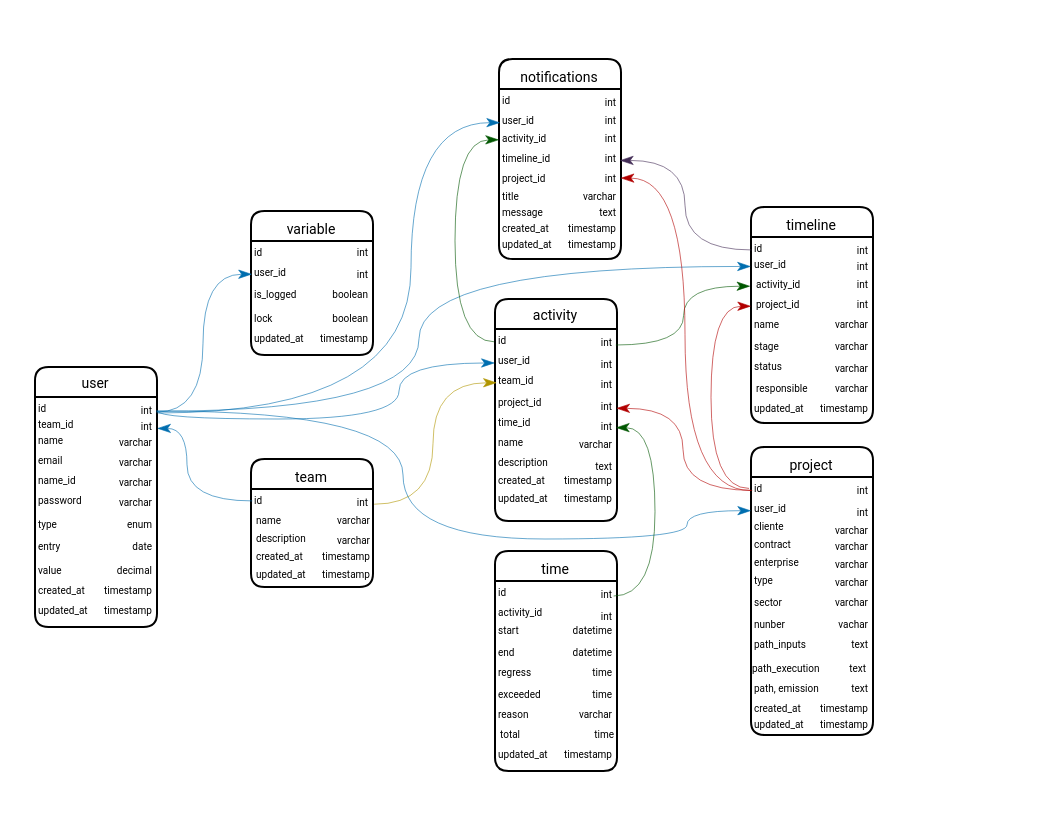
Earlier version of the draw.io diagram Banco Kairos.drawio (Avflux/drawio). Source tidied: cells renumbered, new cells numbered last; positions are measured from the earlier drawing's top-left corner, leaving out a move shared by most shapes. Both pictures are drawn from the tidied source at 200%, with x=0, y=0 at pixel (34, 58).
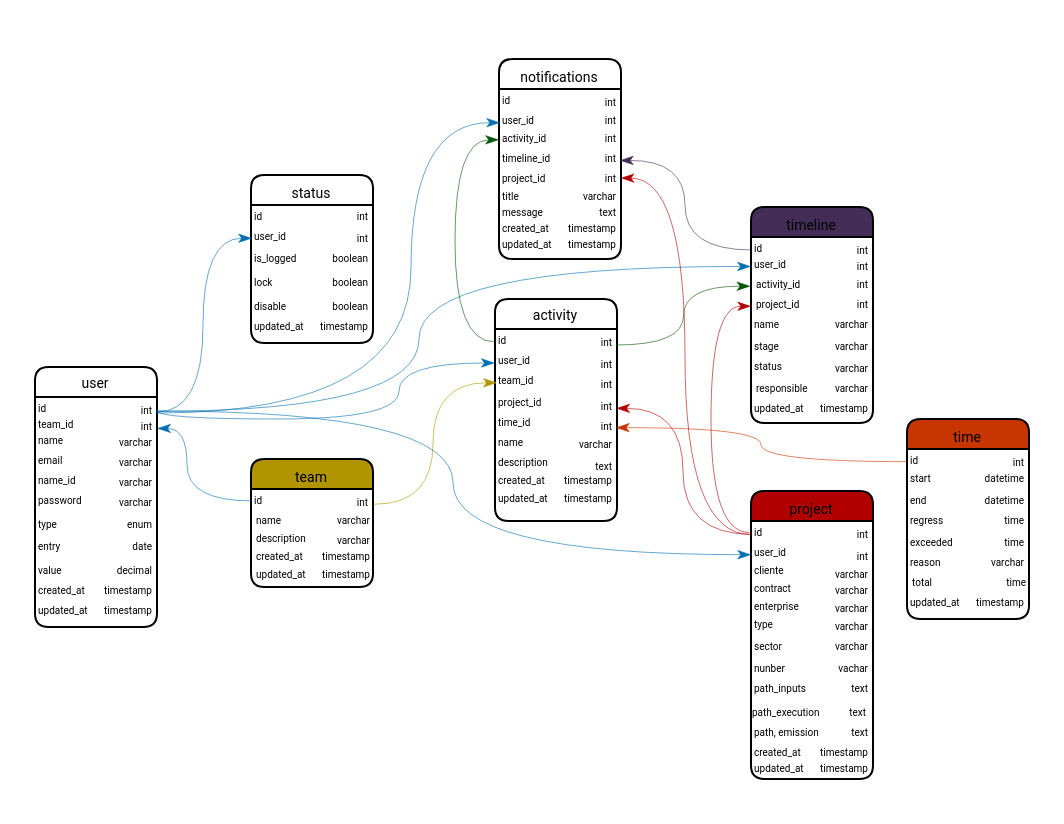
The same diagram, later.

Unchanged cells that the change refers to:
```xml
<mxCell id="4" value="&lt;font face=&quot;Roboto&quot;&gt;&lt;span style=&quot;font-size: 5px;&quot;&gt;int&lt;/span&gt;&lt;/font&gt;" style="text;html=1;align=right;verticalAlign=middle;points=[];strokeColor=none;fillColor=none;fontFamily=Architects Daughter;" parent="2" vertex="1">
  <mxGeometry x="40" y="5" width="20" height="30" as="geometry" />
</mxCell>
<mxCell id="31" value="&lt;font face=&quot;Roboto&quot;&gt;&lt;span style=&quot;font-size: 5px;&quot;&gt;int&lt;/span&gt;&lt;/font&gt;" style="text;html=1;align=right;verticalAlign=middle;points=[];strokeColor=none;fillColor=none;fontFamily=Architects Daughter;" parent="25" vertex="1">
  <mxGeometry x="40" y="5" width="20" height="30" as="geometry" />
</mxCell>
<mxCell id="40" value="&lt;font face=&quot;Roboto&quot; style=&quot;font-size: 5px;&quot;&gt;team_id&lt;/font&gt;" style="text;html=1;align=left;verticalAlign=middle;points=[];strokeColor=none;fillColor=none;fontFamily=Architects Daughter;" parent="36" vertex="1">
  <mxGeometry y="27" width="36" height="26" as="geometry" />
</mxCell>
<mxCell id="46" value="&lt;font face=&quot;Roboto&quot;&gt;&lt;span style=&quot;font-size: 5px;&quot;&gt;int&lt;/span&gt;&lt;/font&gt;" style="text;html=1;align=right;verticalAlign=middle;points=[];strokeColor=none;fillColor=none;fontFamily=Architects Daughter;" parent="36" vertex="1">
  <mxGeometry x="36" y="48" width="24" height="27" as="geometry" />
</mxCell>
<mxCell id="60" value="&lt;font face=&quot;Roboto&quot; style=&quot;font-size: 5px;&quot;&gt;user_id&lt;/font&gt;" style="text;html=1;align=left;verticalAlign=middle;points=[];strokeColor=none;fillColor=none;fontFamily=Architects Daughter;" parent="58" vertex="1">
  <mxGeometry y="17" width="34" height="26" as="geometry" />
</mxCell>
<mxCell id="88" value="&lt;font face=&quot;Roboto&quot; style=&quot;font-size: 5px;&quot;&gt;id&lt;/font&gt;" style="text;html=1;align=left;verticalAlign=middle;points=[];strokeColor=none;fillColor=none;fontFamily=Architects Daughter;" parent="87" vertex="1">
  <mxGeometry y="5" width="20" height="30" as="geometry" />
</mxCell>
<mxCell id="91" value="&lt;font face=&quot;Roboto&quot;&gt;&lt;span style=&quot;font-size: 5px;&quot;&gt;int&lt;/span&gt;&lt;/font&gt;" style="text;html=1;align=right;verticalAlign=middle;points=[];strokeColor=none;fillColor=none;fontFamily=Architects Daughter;" parent="87" vertex="1">
  <mxGeometry x="40" y="5" width="20" height="30" as="geometry" />
</mxCell>
```

Change to the diagram source:
```diff
@@
-    <mxCell id="2" value="&lt;p&gt;&lt;font style=&quot;font-size: 7px;&quot; face=&quot;Roboto&quot;&gt;&lt;span style=&quot;font-weight: 400;&quot;&gt;user&lt;/span&gt;&lt;/font&gt;&lt;/p&gt;" style="swimlane;whiteSpace=wrap;html=1;hachureGap=4;fontFamily=Architects Daughter;fillColor=default;strokeColor=default;startSize=15;strokeWidth=1;swimlaneLine=1;glass=0;rounded=1;shadow=0;align=center;" parent="1" vertex="1">
+    <mxCell id="2" value="&lt;p&gt;&lt;font style=&quot;font-size: 7px;&quot; face=&quot;Roboto&quot;&gt;&lt;span style=&quot;font-weight: 400;&quot;&gt;user&lt;/span&gt;&lt;/font&gt;&lt;/p&gt;" style="swimlane;whiteSpace=wrap;html=1;hachureGap=4;fontFamily=Architects Daughter;fillColor=light-dark(#FFFFFF,#1BA1E2);strokeColor=default;startSize=15;strokeWidth=1;swimlaneLine=1;glass=0;rounded=1;shadow=0;align=center;" parent="1" vertex="1">
       <mxGeometry y="154" width="61" height="130" as="geometry" />
     </mxCell>
@@
-    <mxCell id="25" value="&lt;p&gt;&lt;font face=&quot;Roboto&quot;&gt;&lt;span style=&quot;font-size: 7px; font-weight: 400;&quot;&gt;team&lt;/span&gt;&lt;/font&gt;&lt;/p&gt;" style="swimlane;whiteSpace=wrap;html=1;hachureGap=4;fontFamily=Architects Daughter;fillColor=default;strokeColor=default;startSize=15;strokeWidth=1;swimlaneLine=1;glass=0;rounded=1;shadow=0;align=center;" parent="1" vertex="1">
+    <mxCell id="25" value="&lt;p&gt;&lt;font face=&quot;Roboto&quot;&gt;&lt;span style=&quot;font-size: 7px; font-weight: 400;&quot;&gt;team&lt;/span&gt;&lt;/font&gt;&lt;/p&gt;" style="swimlane;whiteSpace=wrap;html=1;hachureGap=4;fontFamily=Architects Daughter;fillColor=light-dark(#B09500,#FFD700);strokeColor=default;startSize=15;strokeWidth=1;swimlaneLine=1;glass=0;rounded=1;shadow=0;align=center;" parent="1" vertex="1">
       <mxGeometry x="108" y="200" width="61" height="64" as="geometry" />
     </mxCell>
@@
-    <mxCell id="36" value="&lt;p&gt;&lt;font style=&quot;font-size: 7px;&quot; face=&quot;Roboto&quot;&gt;&lt;span style=&quot;font-weight: 400;&quot;&gt;activity&lt;/span&gt;&lt;/font&gt;&lt;/p&gt;" style="swimlane;whiteSpace=wrap;html=1;hachureGap=4;fontFamily=Architects Daughter;fillColor=default;strokeColor=default;startSize=15;strokeWidth=1;swimlaneLine=1;glass=0;rounded=1;shadow=0;align=center;" parent="1" vertex="1">
+    <mxCell id="36" value="&lt;p&gt;&lt;font style=&quot;font-size: 7px;&quot; face=&quot;Roboto&quot;&gt;&lt;span style=&quot;font-weight: 400;&quot;&gt;activity&lt;/span&gt;&lt;/font&gt;&lt;/p&gt;" style="swimlane;whiteSpace=wrap;html=1;hachureGap=4;fontFamily=Architects Daughter;fillColor=light-dark(#FFFFFF,#97D077);strokeColor=default;startSize=15;strokeWidth=1;swimlaneLine=1;glass=0;rounded=1;shadow=0;align=center;" parent="1" vertex="1">
       <mxGeometry x="230" y="120" width="61" height="111" as="geometry" />
     </mxCell>
@@
-    <mxCell id="55" style="edgeStyle=orthogonalEdgeStyle;rounded=0;hachureGap=4;jettySize=auto;html=1;fontFamily=Architects Daughter;curved=1;endArrow=classicThin;endFill=1;strokeWidth=0.3;entryX=-0.004;entryY=0.192;entryDx=0;entryDy=0;entryPerimeter=0;exitX=1.05;exitY=0.56;exitDx=0;exitDy=0;exitPerimeter=0;fillColor=#1ba1e2;strokeColor=#006EAF;" parent="1" edge="1" source="4" target="40">
+    <mxCell id="55" style="edgeStyle=orthogonalEdgeStyle;rounded=0;hachureGap=4;jettySize=auto;html=1;fontFamily=Architects Daughter;curved=1;endArrow=classicThin;endFill=1;strokeWidth=0.3;entryX=-0.004;entryY=0.192;entryDx=0;entryDy=0;entryPerimeter=0;exitX=1.05;exitY=0.56;exitDx=0;exitDy=0;exitPerimeter=0;fillColor=#1BA1E2;strokeColor=light-dark(#006EAF,#1009FB);" parent="1" edge="1" source="4" target="40">
       <mxGeometry relative="1" as="geometry">
         <Array as="points">
           <mxPoint x="182" y="180" />
           <mxPoint x="182" y="152" />
         </Array>
       </mxGeometry>
     </mxCell>
-    <mxCell id="56" style="edgeStyle=orthogonalEdgeStyle;rounded=0;hachureGap=4;jettySize=auto;html=1;fontFamily=Architects Daughter;curved=1;endArrow=classicThin;endFill=1;strokeWidth=0.3;entryX=0.024;entryY=0.572;entryDx=0;entryDy=0;entryPerimeter=0;exitX=1.08;exitY=0.587;exitDx=0;exitDy=0;exitPerimeter=0;fillColor=#e3c800;strokeColor=#B09500;" parent="1" edge="1" source="31" target="40">
+    <mxCell id="56" style="edgeStyle=orthogonalEdgeStyle;rounded=0;hachureGap=4;jettySize=auto;html=1;fontFamily=Architects Daughter;curved=1;endArrow=classicThin;endFill=1;strokeWidth=0.3;entryX=0.024;entryY=0.572;entryDx=0;entryDy=0;entryPerimeter=0;exitX=1.08;exitY=0.587;exitDx=0;exitDy=0;exitPerimeter=0;fillColor=#e3c800;strokeColor=light-dark(#B09500,#FFD700);" parent="1" edge="1" source="31" target="40">
       <mxGeometry relative="1" as="geometry" />
     </mxCell>
@@
-    <mxCell id="58" value="&lt;p&gt;&lt;font face=&quot;Roboto&quot;&gt;&lt;span style=&quot;font-size: 7px; font-weight: 400;&quot;&gt;project&lt;/span&gt;&lt;/font&gt;&lt;/p&gt;" style="swimlane;whiteSpace=wrap;html=1;hachureGap=4;fontFamily=Architects Daughter;fillColor=default;strokeColor=default;startSize=15;strokeWidth=1;swimlaneLine=1;glass=0;rounded=1;shadow=0;align=center;" parent="1" vertex="1">
-      <mxGeometry x="358" y="194" width="61" height="144" as="geometry" />
+    <mxCell id="58" value="&lt;p&gt;&lt;font face=&quot;Roboto&quot;&gt;&lt;span style=&quot;font-size: 7px; font-weight: 400;&quot;&gt;project&lt;/span&gt;&lt;/font&gt;&lt;/p&gt;" style="swimlane;whiteSpace=wrap;html=1;hachureGap=4;fontFamily=Architects Daughter;fillColor=light-dark(#B20000,#FF1C03);strokeColor=default;startSize=15;strokeWidth=1;swimlaneLine=1;glass=0;rounded=1;shadow=0;align=center;" parent="1" vertex="1">
+      <mxGeometry x="358" y="216" width="61" height="144" as="geometry" />
     </mxCell>
@@
     <mxCell id="85" style="edgeStyle=orthogonalEdgeStyle;rounded=0;hachureGap=4;jettySize=auto;html=1;fontFamily=Architects Daughter;curved=1;endArrow=classicThin;endFill=1;strokeWidth=0.3;entryX=0;entryY=0.571;entryDx=0;entryDy=0;entryPerimeter=0;exitX=1.036;exitY=0.566;exitDx=0;exitDy=0;exitPerimeter=0;fillColor=#1ba1e2;strokeColor=#006EAF;" parent="1" edge="1" source="4" target="60">
-      <mxGeometry relative="1" as="geometry">
-        <Array as="points">
-          <mxPoint x="184" y="176" />
-          <mxPoint x="184" y="240" />
-          <mxPoint x="326" y="240" />
-          <mxPoint x="326" y="226" />
-        </Array>
-      </mxGeometry>
+      <mxGeometry relative="1" as="geometry" />
     </mxCell>
@@
-    <mxCell id="87" value="&lt;p&gt;&lt;font face=&quot;Roboto&quot;&gt;&lt;span style=&quot;font-size: 7px; font-weight: 400;&quot;&gt;time&lt;/span&gt;&lt;/font&gt;&lt;/p&gt;" style="swimlane;whiteSpace=wrap;html=1;hachureGap=4;fontFamily=Architects Daughter;fillColor=default;strokeColor=default;startSize=15;strokeWidth=1;swimlaneLine=1;glass=0;rounded=1;shadow=0;align=center;" parent="1" vertex="1">
-      <mxGeometry x="230" y="246" width="61" height="110" as="geometry" />
+    <mxCell id="87" value="&lt;p&gt;&lt;font face=&quot;Roboto&quot;&gt;&lt;span style=&quot;font-size: 7px; font-weight: 400;&quot;&gt;time&lt;/span&gt;&lt;/font&gt;&lt;/p&gt;" style="swimlane;whiteSpace=wrap;html=1;hachureGap=4;fontFamily=Architects Daughter;fillColor=light-dark(#C73500,#FF833B);strokeColor=default;startSize=15;strokeWidth=1;swimlaneLine=1;glass=0;rounded=1;shadow=0;align=center;" parent="1" vertex="1">
+      <mxGeometry x="436" y="180" width="61" height="100" as="geometry" />
     </mxCell>
@@
-    <mxCell id="89" value="&lt;font face=&quot;Roboto&quot; style=&quot;font-size: 5px;&quot;&gt;activity_id&lt;/font&gt;" style="text;html=1;align=left;verticalAlign=middle;strokeColor=none;fillColor=none;fontFamily=Architects Daughter;" parent="87" vertex="1">
-      <mxGeometry y="16" width="42" height="28" as="geometry" />
-    </mxCell>
-    <mxCell id="90" value="&lt;font face=&quot;Roboto&quot;&gt;&lt;span style=&quot;font-size: 5px;&quot;&gt;int&lt;/span&gt;&lt;/font&gt;" style="text;html=1;align=right;verticalAlign=middle;strokeColor=none;fillColor=none;fontFamily=Architects Daughter;" parent="87" vertex="1">
-      <mxGeometry x="36" y="17" width="24" height="27" as="geometry" />
-    </mxCell>
@@
     <mxCell id="92" value="&lt;font face=&quot;Roboto&quot;&gt;&lt;span style=&quot;font-size: 5px;&quot;&gt;updated_at&lt;/span&gt;&lt;/font&gt;" style="text;html=1;align=left;verticalAlign=middle;strokeColor=none;fillColor=none;fontFamily=Architects Daughter;" parent="87" vertex="1">
-      <mxGeometry y="86" width="43" height="27" as="geometry" />
+      <mxGeometry y="76" width="43" height="27" as="geometry" />
     </mxCell>
     <mxCell id="93" value="&lt;font face=&quot;Roboto&quot;&gt;&lt;span style=&quot;font-size: 5px;&quot;&gt;timestamp&lt;/span&gt;&lt;/font&gt;" style="text;html=1;align=right;verticalAlign=middle;strokeColor=none;fillColor=none;fontFamily=Architects Daughter;" parent="87" vertex="1">
-      <mxGeometry x="18" y="86" width="42" height="27" as="geometry" />
+      <mxGeometry x="18" y="76" width="42" height="27" as="geometry" />
     </mxCell>
     <mxCell id="94" value="&lt;font face=&quot;Roboto&quot;&gt;&lt;span style=&quot;font-size: 5px;&quot;&gt;start&lt;/span&gt;&lt;/font&gt;" style="text;html=1;align=left;verticalAlign=middle;strokeColor=none;fillColor=none;fontFamily=Architects Daughter;" parent="87" vertex="1">
-      <mxGeometry y="24" width="28" height="27" as="geometry" />
+      <mxGeometry y="14" width="28" height="27" as="geometry" />
     </mxCell>
     <mxCell id="95" value="&lt;font face=&quot;Roboto&quot;&gt;&lt;span style=&quot;font-size: 5px;&quot;&gt;datetime&lt;/span&gt;&lt;/font&gt;" style="text;html=1;align=right;verticalAlign=middle;strokeColor=none;fillColor=none;fontFamily=Architects Daughter;" parent="87" vertex="1">
-      <mxGeometry x="22" y="24" width="38" height="27" as="geometry" />
+      <mxGeometry x="22" y="14" width="38" height="27" as="geometry" />
     </mxCell>
     <mxCell id="96" value="&lt;font face=&quot;Roboto&quot;&gt;&lt;span style=&quot;font-size: 5px;&quot;&gt;end&lt;/span&gt;&lt;/font&gt;" style="text;html=1;align=left;verticalAlign=middle;strokeColor=none;fillColor=none;fontFamily=Architects Daughter;" parent="87" vertex="1">
-      <mxGeometry y="35" width="26" height="27" as="geometry" />
+      <mxGeometry y="25" width="26" height="27" as="geometry" />
     </mxCell>
     <mxCell id="97" value="&lt;font face=&quot;Roboto&quot;&gt;&lt;span style=&quot;font-size: 5px;&quot;&gt;datetime&lt;/span&gt;&lt;/font&gt;" style="text;html=1;align=right;verticalAlign=middle;strokeColor=none;fillColor=none;fontFamily=Architects Daughter;" parent="87" vertex="1">
-      <mxGeometry x="22" y="35" width="38" height="27" as="geometry" />
+      <mxGeometry x="22" y="25" width="38" height="27" as="geometry" />
     </mxCell>
     <mxCell id="98" value="&lt;font face=&quot;Roboto&quot;&gt;&lt;span style=&quot;font-size: 5px;&quot;&gt;regress&lt;/span&gt;&lt;/font&gt;" style="text;html=1;align=left;verticalAlign=middle;strokeColor=none;fillColor=none;fontFamily=Architects Daughter;" parent="87" vertex="1">
-      <mxGeometry y="45" width="35" height="27" as="geometry" />
+      <mxGeometry y="35" width="35" height="27" as="geometry" />
     </mxCell>
     <mxCell id="99" value="&lt;font face=&quot;Roboto&quot;&gt;&lt;span style=&quot;font-size: 5px;&quot;&gt;time&lt;/span&gt;&lt;/font&gt;" style="text;html=1;align=right;verticalAlign=middle;strokeColor=none;fillColor=none;fontFamily=Architects Daughter;" parent="87" vertex="1">
-      <mxGeometry x="32" y="45" width="28" height="27" as="geometry" />
+      <mxGeometry x="32" y="35" width="28" height="27" as="geometry" />
     </mxCell>
     <mxCell id="100" value="&lt;font face=&quot;Roboto&quot;&gt;&lt;span style=&quot;font-size: 5px;&quot;&gt;exceeded&lt;/span&gt;&lt;/font&gt;" style="text;html=1;align=left;verticalAlign=middle;strokeColor=none;fillColor=none;fontFamily=Architects Daughter;" parent="87" vertex="1">
-      <mxGeometry y="56" width="39" height="27" as="geometry" />
+      <mxGeometry y="46" width="39" height="27" as="geometry" />
     </mxCell>
     <mxCell id="101" value="&lt;font face=&quot;Roboto&quot;&gt;&lt;span style=&quot;font-size: 5px;&quot;&gt;time&lt;/span&gt;&lt;/font&gt;" style="text;html=1;align=right;verticalAlign=middle;strokeColor=none;fillColor=none;fontFamily=Architects Daughter;" parent="87" vertex="1">
-      <mxGeometry x="32" y="56" width="28" height="27" as="geometry" />
+      <mxGeometry x="32" y="46" width="28" height="27" as="geometry" />
     </mxCell>
     <mxCell id="102" value="&lt;font face=&quot;Roboto&quot;&gt;&lt;span style=&quot;font-size: 5px;&quot;&gt;reason&lt;/span&gt;&lt;/font&gt;" style="text;html=1;align=left;verticalAlign=middle;strokeColor=none;fillColor=none;fontFamily=Architects Daughter;" parent="87" vertex="1">
-      <mxGeometry y="66" width="33" height="27" as="geometry" />
+      <mxGeometry y="56" width="33" height="27" as="geometry" />
     </mxCell>
     <mxCell id="103" value="&lt;font face=&quot;Roboto&quot;&gt;&lt;span style=&quot;font-size: 5px;&quot;&gt;varchar&lt;/span&gt;&lt;/font&gt;" style="text;html=1;align=right;verticalAlign=middle;strokeColor=none;fillColor=none;fontFamily=Architects Daughter;" parent="87" vertex="1">
-      <mxGeometry x="25" y="66" width="35" height="27" as="geometry" />
+      <mxGeometry x="25" y="56" width="35" height="27" as="geometry" />
     </mxCell>
     <mxCell id="104" value="&lt;font face=&quot;Roboto&quot;&gt;&lt;span style=&quot;font-size: 5px;&quot;&gt;total&lt;/span&gt;&lt;/font&gt;" style="text;html=1;align=left;verticalAlign=middle;strokeColor=none;fillColor=none;fontFamily=Architects Daughter;" parent="87" vertex="1">
-      <mxGeometry x="1" y="76" width="28" height="27" as="geometry" />
+      <mxGeometry x="1" y="66" width="28" height="27" as="geometry" />
     </mxCell>
     <mxCell id="105" value="&lt;font face=&quot;Roboto&quot;&gt;&lt;span style=&quot;font-size: 5px;&quot;&gt;time&lt;/span&gt;&lt;/font&gt;" style="text;html=1;align=right;verticalAlign=middle;strokeColor=none;fillColor=none;fontFamily=Architects Daughter;" parent="87" vertex="1">
-      <mxGeometry x="33" y="76" width="28" height="27" as="geometry" />
+      <mxGeometry x="33" y="66" width="28" height="27" as="geometry" />
     </mxCell>
-    <mxCell id="106" style="edgeStyle=orthogonalEdgeStyle;rounded=0;hachureGap=4;jettySize=auto;html=1;fontFamily=Architects Daughter;curved=1;endArrow=classicThin;endFill=1;strokeWidth=0.3;entryX=1.02;entryY=0.605;entryDx=0;entryDy=0;entryPerimeter=0;fillColor=#008a00;strokeColor=#005700;exitX=0.965;exitY=0.584;exitDx=0;exitDy=0;exitPerimeter=0;" parent="1" edge="1" source="91" target="46">
+    <mxCell id="106" style="edgeStyle=orthogonalEdgeStyle;rounded=0;hachureGap=4;jettySize=auto;html=1;fontFamily=Architects Daughter;curved=1;endArrow=classicThin;endFill=1;strokeWidth=0.3;entryX=1.02;entryY=0.605;entryDx=0;entryDy=0;entryPerimeter=0;fillColor=#fa6800;strokeColor=light-dark(#C73500,#FF833B);exitX=-0.026;exitY=0.544;exitDx=0;exitDy=0;exitPerimeter=0;" parent="1" edge="1" source="88" target="46">
       <mxGeometry relative="1" as="geometry" />
     </mxCell>
-    <mxCell id="107" value="&lt;p&gt;&lt;font face=&quot;Roboto&quot;&gt;&lt;span style=&quot;font-size: 7px; font-weight: 400;&quot;&gt;timeline&lt;/span&gt;&lt;/font&gt;&lt;/p&gt;" style="swimlane;whiteSpace=wrap;html=1;hachureGap=4;fontFamily=Architects Daughter;fillColor=default;strokeColor=default;startSize=15;strokeWidth=1;swimlaneLine=1;glass=0;rounded=1;shadow=0;align=center;" parent="1" vertex="1">
+    <mxCell id="107" value="&lt;p&gt;&lt;font face=&quot;Roboto&quot;&gt;&lt;span style=&quot;font-size: 7px; font-weight: 400;&quot;&gt;timeline&lt;/span&gt;&lt;/font&gt;&lt;/p&gt;" style="swimlane;whiteSpace=wrap;html=1;hachureGap=4;fontFamily=Architects Daughter;fillColor=light-dark(#432D57,#EA2AFF);strokeColor=default;startSize=15;strokeWidth=1;swimlaneLine=1;glass=0;rounded=1;shadow=0;align=center;" parent="1" vertex="1">
       <mxGeometry x="358" y="74" width="61" height="108" as="geometry" />
     </mxCell>
@@
-    <mxCell id="129" value="&lt;p&gt;&lt;font face=&quot;Roboto&quot;&gt;&lt;span style=&quot;font-size: 7px; font-weight: 400;&quot;&gt;variable&lt;/span&gt;&lt;/font&gt;&lt;/p&gt;" style="swimlane;whiteSpace=wrap;html=1;hachureGap=4;fontFamily=Architects Daughter;fillColor=default;strokeColor=default;startSize=15;strokeWidth=1;swimlaneLine=1;glass=0;rounded=1;shadow=0;align=center;" parent="1" vertex="1">
-      <mxGeometry x="108" y="76" width="61" height="72" as="geometry" />
+    <mxCell id="129" value="&lt;p&gt;&lt;font face=&quot;Roboto&quot;&gt;&lt;span style=&quot;font-size: 7px; font-weight: 400;&quot;&gt;status&lt;/span&gt;&lt;/font&gt;&lt;/p&gt;" style="swimlane;whiteSpace=wrap;html=1;hachureGap=4;fontFamily=Architects Daughter;fillColor=light-dark(#FFFFFF,#F8CECC);strokeColor=default;startSize=15;strokeWidth=1;swimlaneLine=1;glass=0;rounded=1;shadow=0;align=center;" parent="1" vertex="1">
+      <mxGeometry x="108" y="58" width="61" height="84" as="geometry" />
     </mxCell>
@@
+    <mxCell id="164" value="&lt;font face=&quot;Roboto&quot;&gt;&lt;span style=&quot;font-size: 5px;&quot;&gt;disable&lt;/span&gt;&lt;/font&gt;" style="text;html=1;align=left;verticalAlign=middle;strokeColor=none;fillColor=none;fontFamily=Architects Daughter;" parent="129" vertex="1">
+      <mxGeometry y="50" width="34" height="28" as="geometry" />
+    </mxCell>
+    <mxCell id="165" value="&lt;font face=&quot;Roboto&quot;&gt;&lt;span style=&quot;font-size: 5px;&quot;&gt;boolean&lt;/span&gt;&lt;/font&gt;" style="text;html=1;align=right;verticalAlign=middle;strokeColor=none;fillColor=none;fontFamily=Architects Daughter;" parent="129" vertex="1">
+      <mxGeometry x="24" y="50" width="36" height="28" as="geometry" />
+    </mxCell>
     <mxCell id="138" value="&lt;font face=&quot;Roboto&quot;&gt;&lt;span style=&quot;font-size: 5px;&quot;&gt;timestamp&lt;/span&gt;&lt;/font&gt;" style="text;html=1;align=right;verticalAlign=middle;strokeColor=none;fillColor=none;fontFamily=Architects Daughter;" parent="129" vertex="1">
-      <mxGeometry x="18" y="48" width="42" height="27" as="geometry" />
+      <mxGeometry x="18" y="60" width="42" height="27" as="geometry" />
     </mxCell>
     <mxCell id="139" value="&lt;font face=&quot;Roboto&quot;&gt;&lt;span style=&quot;font-size: 5px;&quot;&gt;updated_at&lt;/span&gt;&lt;/font&gt;" style="text;html=1;align=left;verticalAlign=middle;strokeColor=none;fillColor=none;fontFamily=Architects Daughter;" parent="129" vertex="1">
-      <mxGeometry y="48" width="43" height="27" as="geometry" />
+      <mxGeometry y="60" width="43" height="27" as="geometry" />
     </mxCell>
-    <mxCell id="140" value="&lt;p&gt;&lt;font face=&quot;Roboto&quot;&gt;&lt;span style=&quot;font-size: 7px; font-weight: 400;&quot;&gt;notifications&lt;/span&gt;&lt;/font&gt;&lt;/p&gt;" style="swimlane;whiteSpace=wrap;html=1;hachureGap=4;fontFamily=Architects Daughter;fillColor=default;strokeColor=default;startSize=15;strokeWidth=1;swimlaneLine=1;glass=0;rounded=1;shadow=0;align=center;" parent="1" vertex="1">
+    <mxCell id="140" value="&lt;p&gt;&lt;font face=&quot;Roboto&quot;&gt;&lt;span style=&quot;font-size: 7px; font-weight: 400;&quot;&gt;notifications&lt;/span&gt;&lt;/font&gt;&lt;/p&gt;" style="swimlane;whiteSpace=wrap;html=1;hachureGap=4;fontFamily=Architects Daughter;fillColor=light-dark(#FFFFFF,#FFCCFF);strokeColor=default;startSize=15;strokeWidth=1;swimlaneLine=1;glass=0;rounded=1;shadow=0;align=center;" parent="1" vertex="1">
       <mxGeometry x="232" width="61" height="100" as="geometry" />
     </mxCell>
```
